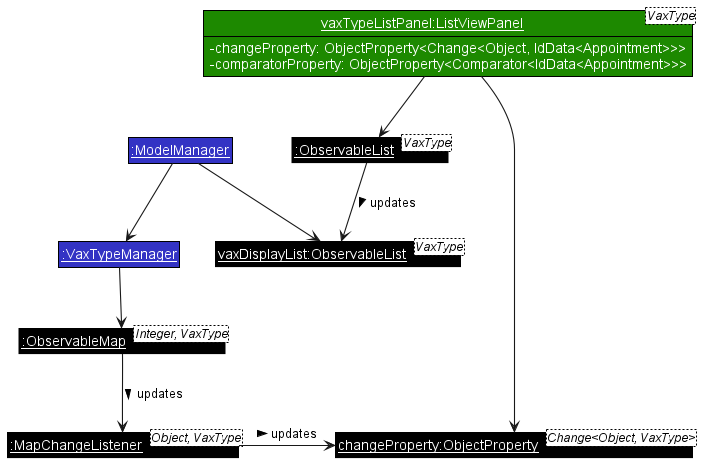
nus-cs2103-AY2223S2/tp keeps this PlantUML diagram as docs/images/UiListViewPanelVaxObjectDiagram.png. Above is the earlier version.
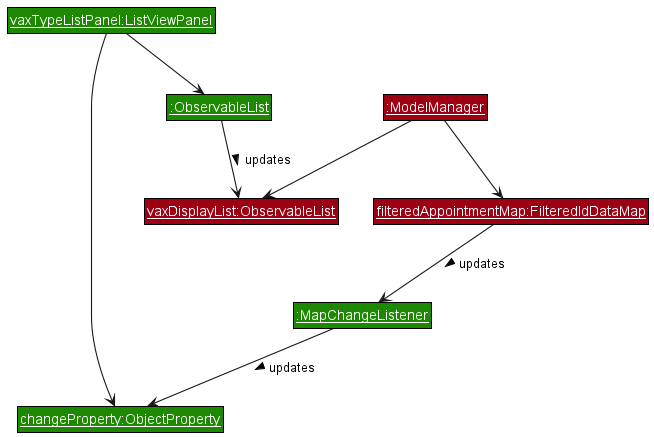
After the change.

The edit, as a diff of the source:
```diff
@@ -5,31 +5,25 @@
 
 skinparam arrowThickness 1.1
 
-Class "<u>vaxTypeListPanel:ListViewPanel</u><VaxType>" as ListViewPanel UI_COLOR {
-    -changeProperty: ObjectProperty<Change<Object, IdData<Appointment>>>
-    -comparatorProperty: ObjectProperty<Comparator<IdData<Appointment>>>
-}
-show ListViewPanel fields
+Class "<u>vaxTypeListPanel:ListViewPanel</u>" as ListViewPanel UI_COLOR
 
-Class "<u>changeProperty:ObjectProperty</u><Change<Object, VaxType>>" as ChangeProperty #000000
-class "<u>:ObservableList</u><VaxType>" as DisplayList #000000
+Class "<u>changeProperty:ObjectProperty</u>" as ChangeProperty UI_COLOR
+class "<u>:ObservableList</u>" as DisplayList UI_COLOR
 
-Class "<u>:MapChangeListener</u><Object, VaxType>" as MapChangeListener #000000
-Class "<u>:ObservableMap</u><Integer, VaxType>" as ObservableMap #000000
+Class "<u>:MapChangeListener</u>" as MapChangeListener UI_COLOR
+Class "<u>filteredAppointmentMap:FilteredIdDataMap</u>" as FilteredIdDataMap MODEL_COLOR
 
-Class "<u>:VaxTypeManager</u>" as VaxTypeManager LOGIC_COLOR
-Class "<u>:ModelManager</u>" as ModelManager LOGIC_COLOR
-Class "<u>vaxDisplayList:ObservableList</u><VaxType>" as ModelList #000000
+Class "<u>:ModelManager</u>" as ModelManager MODEL_COLOR
+Class "<u>vaxDisplayList:ObservableList</u>" as ModelList MODEL_COLOR
 
 ListViewPanel --> ChangeProperty
 ListViewPanel --> DisplayList
 
-MapChangeListener -> ChangeProperty : updates >
-ObservableMap --> MapChangeListener : updates >
-VaxTypeManager --> ObservableMap
+MapChangeListener --> ChangeProperty : updates >
+FilteredIdDataMap --> MapChangeListener : updates >
 
 ModelManager --> ModelList
-ModelManager --> VaxTypeManager
+ModelManager --> FilteredIdDataMap
 
 DisplayList --> ModelList : updates >
 
```
